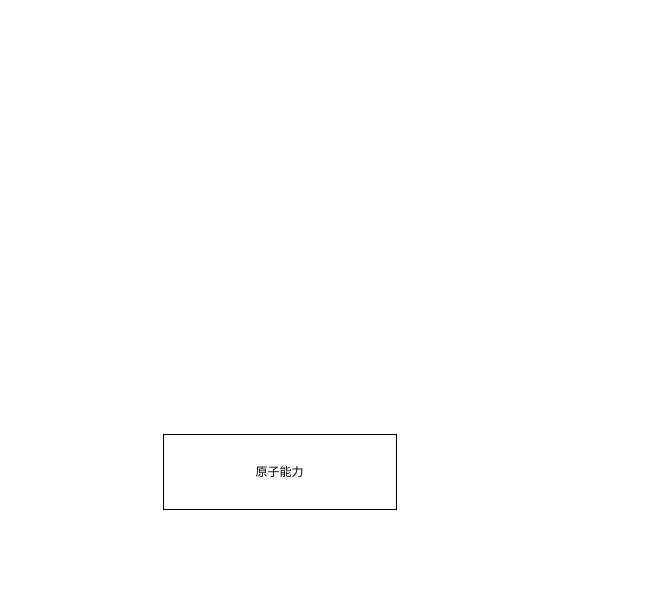
Above: page "能力图" (20 of 20) of docs/order.drawio in lokiworks/codebase (draw.io), before the change. Source tidied: cells renumbered, new cells numbered last; positions are measured from the earlier drawing's top-left corner, leaving out a move shared by most shapes. Both pictures are drawn from the tidied source at 100%, with x=0, y=0 at pixel (163, 434).
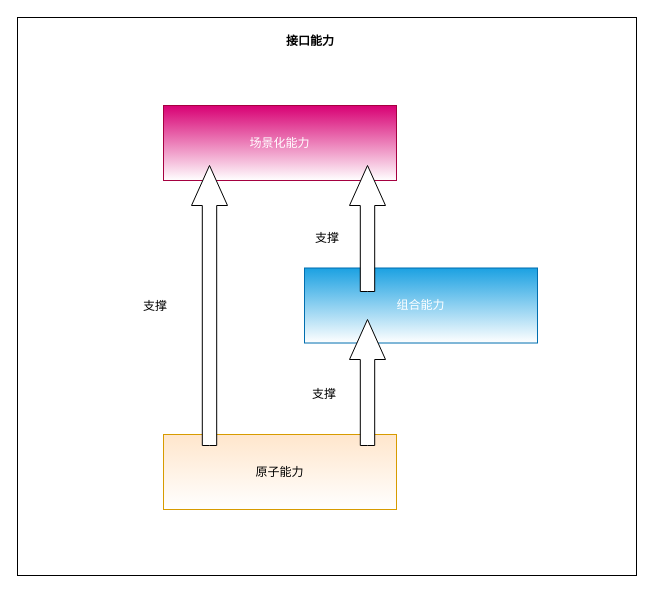
Above is the later version.

The edit, as a diff of the source:
```diff
@@
 <mxGraphModel>
   <root>
     <mxCell id="0" />
     <mxCell id="1" parent="0" />
+    <mxCell id="3" style="rounded=0;whiteSpace=wrap;html=1;sketch=0;shadow=0;" parent="1" vertex="1">
+      <mxGeometry x="-146" y="-417" width="619" height="558" as="geometry" />
+    </mxCell>
-    <mxCell id="2" value="原子能力" style="rounded=0;whiteSpace=wrap;html=1;" parent="1" vertex="1">
+    <mxCell id="2" value="原子能力" style="rounded=0;whiteSpace=wrap;html=1;fillColor=#ffe6cc;strokeColor=#d79b00;gradientColor=#ffffff;" parent="1" vertex="1">
       <mxGeometry width="233" height="75" as="geometry" />
     </mxCell>
+    <mxCell id="4" value="组合能力" style="rounded=0;whiteSpace=wrap;html=1;fillColor=#1ba1e2;strokeColor=#006EAF;fontColor=#ffffff;gradientColor=#ffffff;" parent="1" vertex="1">
+      <mxGeometry x="141" y="-166.5" width="233" height="75" as="geometry" />
+    </mxCell>
+    <mxCell id="5" value="场景化能力" style="rounded=0;whiteSpace=wrap;html=1;fillColor=#d80073;strokeColor=#A50040;fontColor=#ffffff;gradientColor=#ffffff;" parent="1" vertex="1">
+      <mxGeometry y="-329" width="233" height="75" as="geometry" />
+    </mxCell>
+    <mxCell id="6" style="html=1;shadow=0;dashed=0;align=center;verticalAlign=middle;shape=mxgraph.arrows2.arrow;dy=0.6;dx=40;direction=north;notch=0;" parent="1" vertex="1">
+      <mxGeometry x="28" y="-269" width="36" height="280" as="geometry" />
+    </mxCell>
+    <mxCell id="7" style="html=1;shadow=0;dashed=0;align=center;verticalAlign=middle;shape=mxgraph.arrows2.arrow;dy=0.6;dx=40;direction=north;notch=0;" parent="1" vertex="1">
+      <mxGeometry x="186" y="-269" width="36" height="126" as="geometry" />
+    </mxCell>
+    <mxCell id="8" style="html=1;shadow=0;dashed=0;align=center;verticalAlign=middle;shape=mxgraph.arrows2.arrow;dy=0.6;dx=40;direction=north;notch=0;" parent="1" vertex="1">
+      <mxGeometry x="186" y="-115" width="36" height="126" as="geometry" />
+    </mxCell>
+    <mxCell id="9" value="支撑" style="text;html=1;strokeColor=none;fillColor=none;align=center;verticalAlign=middle;whiteSpace=wrap;rounded=0;" parent="1" vertex="1">
+      <mxGeometry x="-38" y="-143" width="60" height="30" as="geometry" />
+    </mxCell>
+    <mxCell id="10" value="支撑" style="text;html=1;strokeColor=none;fillColor=none;align=center;verticalAlign=middle;whiteSpace=wrap;rounded=0;" parent="1" vertex="1">
+      <mxGeometry x="133.5" y="-211" width="60" height="30" as="geometry" />
+    </mxCell>
+    <mxCell id="11" value="支撑" style="text;html=1;strokeColor=none;fillColor=none;align=center;verticalAlign=middle;whiteSpace=wrap;rounded=0;" parent="1" vertex="1">
+      <mxGeometry x="131" y="-55" width="60" height="30" as="geometry" />
+    </mxCell>
+    <mxCell id="12" value="接口能力" style="text;html=1;strokeColor=none;fillColor=none;align=center;verticalAlign=middle;whiteSpace=wrap;rounded=0;fontStyle=1;" parent="1" vertex="1">
+      <mxGeometry x="101" y="-407" width="92" height="27" as="geometry" />
+    </mxCell>
   </root>
 </mxGraphModel>
```
